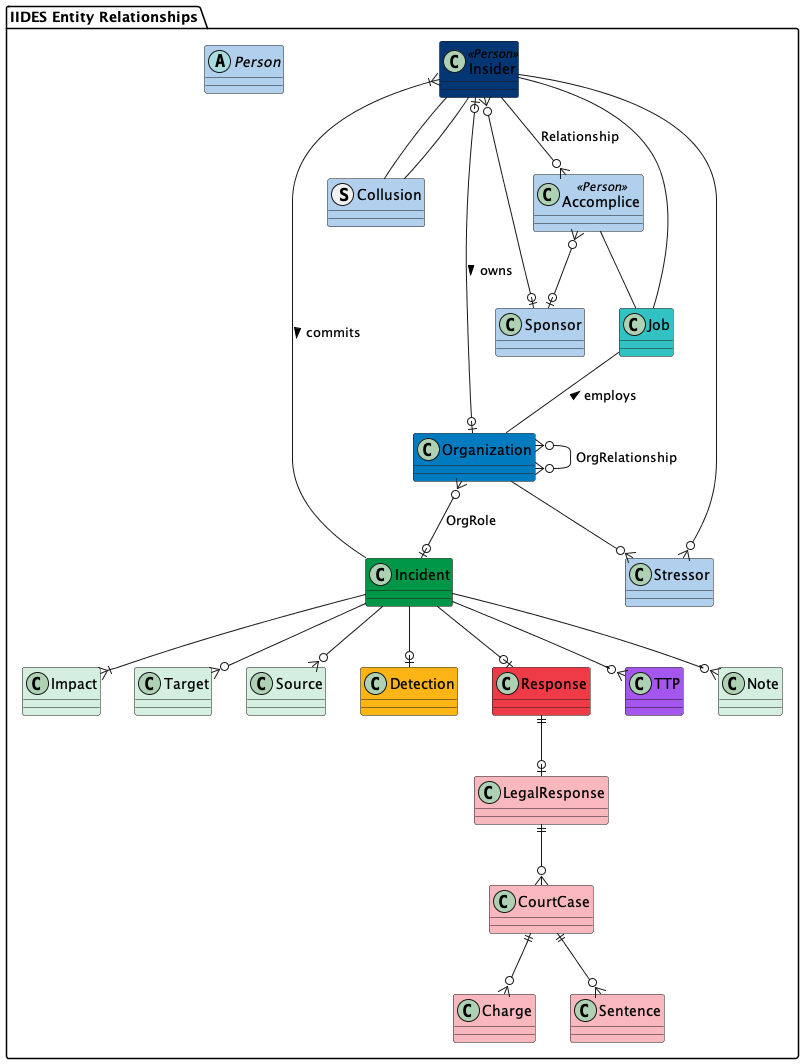
The PlantUML diagram UML/out/IIDES_Entity_Relationships.png in cmu-sei/iides, before a commit.
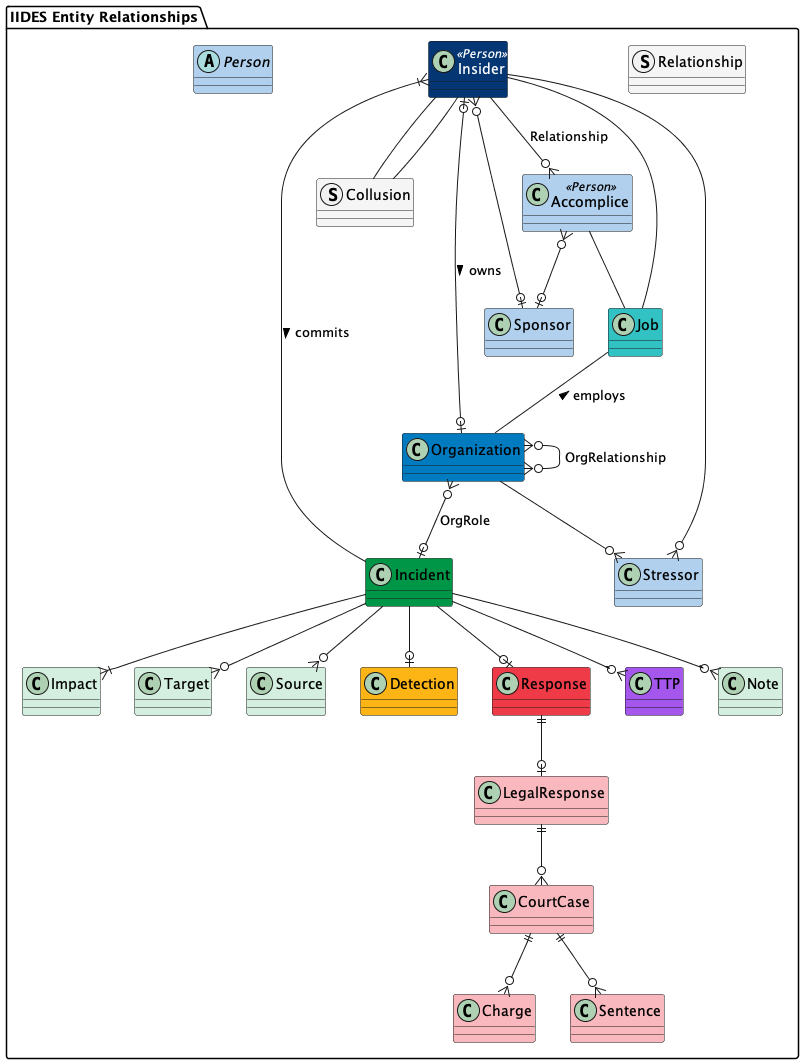
Above is the later version.

The edit, as a diff of the source:
```diff
@@ -2,9 +2,9 @@
 package "IIDES Entity Relationships" #FFF {
 
     abstract Person #b0d0ed {}
-    class Insider <<Person>> #043673 {}
+    class Insider <<Person>> #043673;text:white {}
     class Accomplice <<Person>> #b0d0ed {}
-    struct Collusion #b0d0ed {}
+    struct Collusion #F5F5F5 {}
     class Organization #007BC0 {}
     class Sponsor #b0d0ed {}
     class Incident #009647 {}
@@ -21,6 +21,7 @@
     class TTP #A456ED {}
     class Stressor #b0d0ed {}
     class Note #D4EFDF {}
+    struct Relationship #F5F5F5 {}
 
     Insider --o{ Accomplice : Relationship
     Incident --|{ Insider : commits <
```
